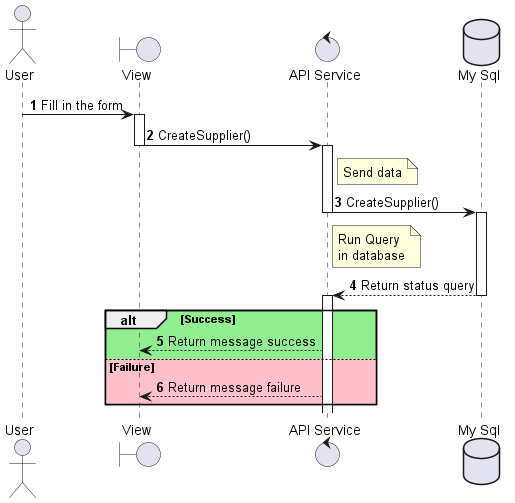
Above: out/sequenceDiagram_Supplier_create/sequenceDiagram_Supplier_create.png in Fitranda/Diagram (PlantUML), before the change. Source of this version:
```plantuml
@startuml sequenceDiagram_Supplier_create
actor User
boundary "View" as View
control "API Service" as APIService
database "My Sql" as DB

autonumber
User -> View --++ : Fill in the form
View -> APIService --++ : CreateSupplier()
note right of APIService: Send data
APIService -> DB --++ : CreateSupplier()
note right of APIService: Run Query\nin database
DB --> APIService --++ : Return status query
alt #LightGreen  Success
    APIService --> View  : Return message success
else #Pink Failure
    APIService --> View  : Return message failure
end
@enduml
```
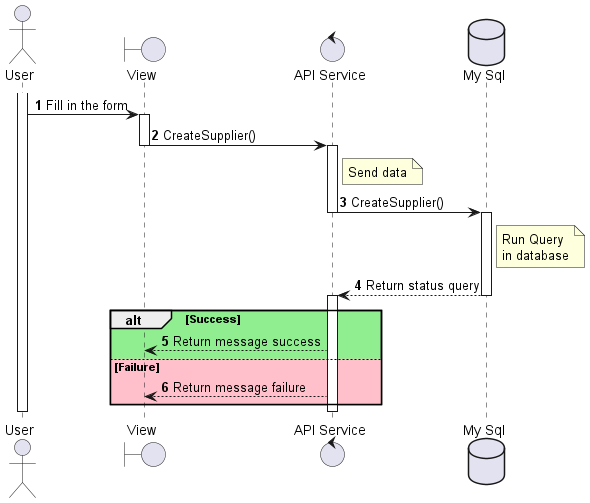
Above is the later version.

What changed in the source:
```diff
@@ -5,15 +5,25 @@
 database "My Sql" as DB
 
 autonumber
-User -> View --++ : Fill in the form
-View -> APIService --++ : CreateSupplier()
+activate User
+User -> View : Fill in the form
+activate View
+View -> APIService : CreateSupplier()
+deactivate View
+activate APIService
 note right of APIService: Send data
-APIService -> DB --++ : CreateSupplier()
-note right of APIService: Run Query\nin database
-DB --> APIService --++ : Return status query
-alt #LightGreen  Success
-    APIService --> View  : Return message success
+APIService -> DB : CreateSupplier()
+deactivate APIService
+activate DB
+note right of DB: Run Query\nin database
+DB --> APIService : Return status query
+deactivate DB
+activate APIService
+alt #LightGreen Success
+    APIService --> View : Return message success
 else #Pink Failure
-    APIService --> View  : Return message failure
+    APIService --> View : Return message failure
 end
+deactivate User
+deactivate APIService
 @enduml
```
